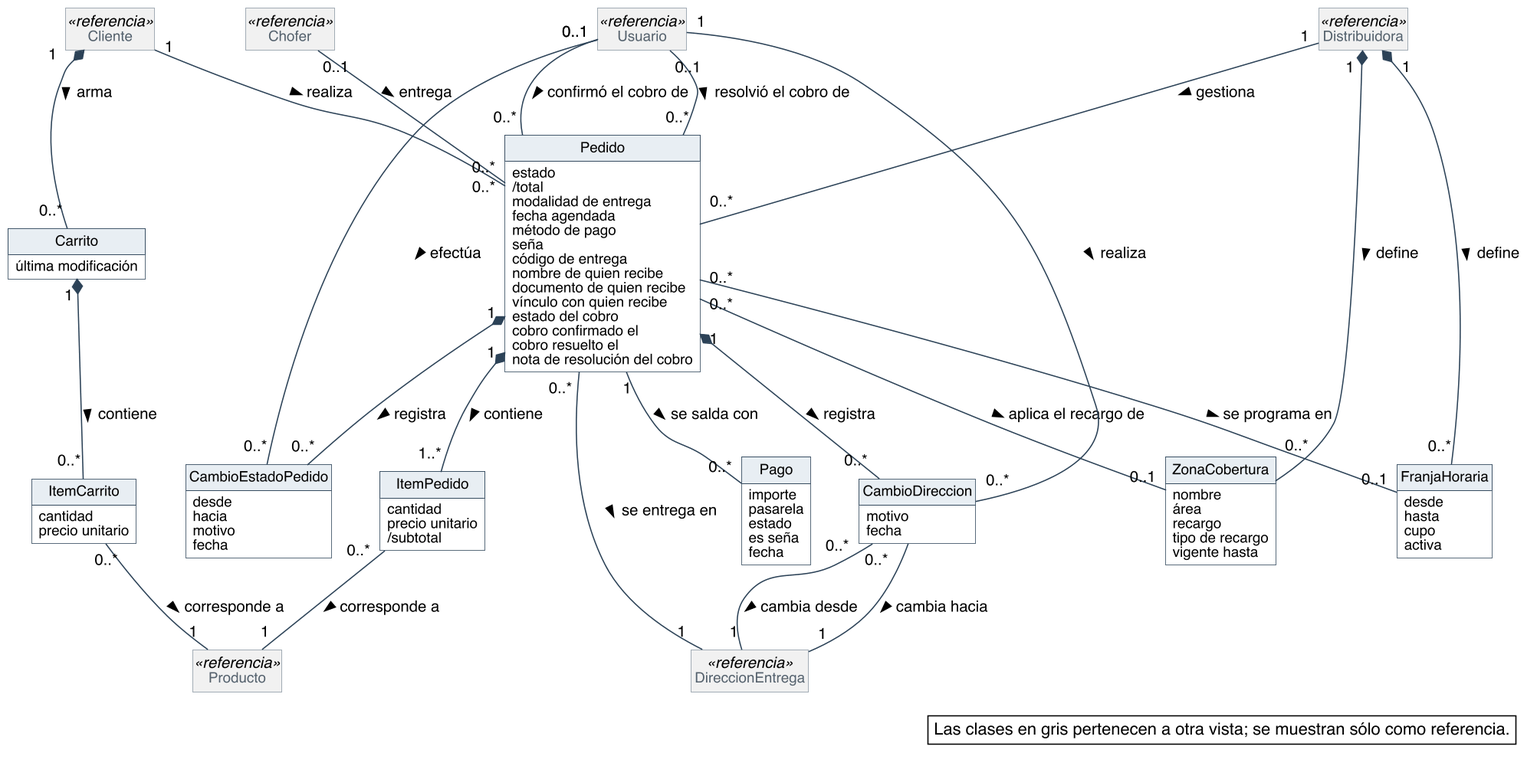
Earlier version of the PlantUML export diagramas/modelo-conceptual/MC_Pedidos.png (Nahuelito-Dev/splg-docs).
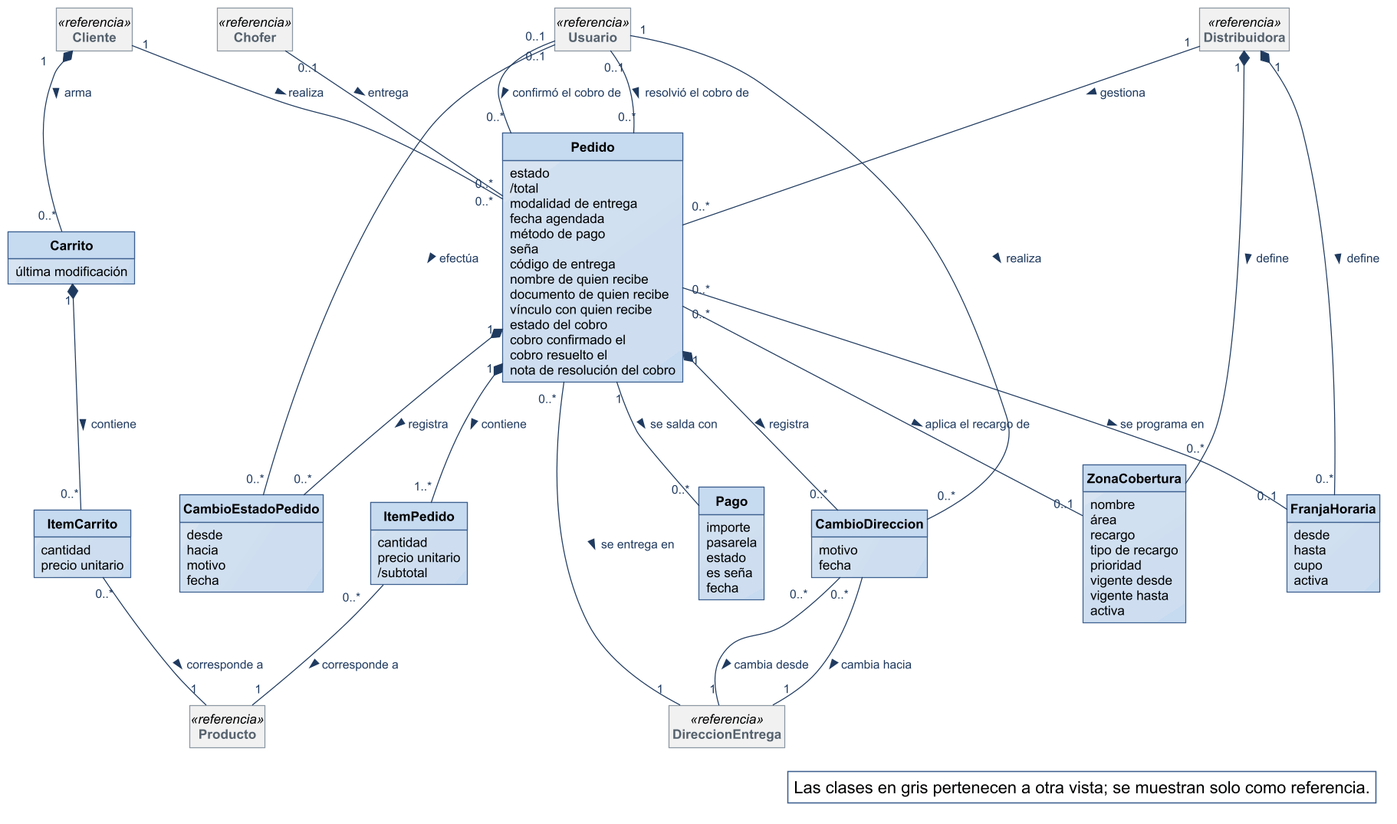
Later version of the same file.

Change to the diagram source:
```diff
@@ -1,36 +1,13 @@
 @startuml
-skinparam backgroundColor #FFFFFF
-skinparam shadowing false
-skinparam defaultFontName Helvetica
-skinparam defaultFontSize 13
-skinparam dpi 150
+!include ../estilo-vp.iuml
 skinparam nodesep 40
 skinparam ranksep 55
-skinparam classAttributeIconSize 0
-skinparam roundCorner 0
-skinparam class {
-  BorderColor #2C4257
-  BackgroundColor #FFFFFF
-  ArrowColor #2C4257
-  FontSize 14
-  AttributeFontSize 12
-  HeaderBackgroundColor #E8EEF3
-}
 skinparam class<<referencia>> {
   BackgroundColor #F1F1F1
   BorderColor #8A97A3
   FontColor #55616C
 }
-skinparam note {
-  BackgroundColor #FFFFFF
-  BorderColor #2C4257
-}
 skinparam packageStyle rectangle
-skinparam package {
-  BorderColor #8A97A3
-  FontSize 13
-  FontColor #55616C
-}
 hide circle
 hide methods
 hide empty members
@@ -78,7 +55,10 @@
   área
   recargo
   tipo de recargo
+  prioridad
+  vigente desde
   vigente hasta
+  activa
 }
 class FranjaHoraria {
   desde
@@ -125,6 +105,6 @@
 Pedido "1" -- "0..*" Pago : se salda con >
 
 legend bottom right
-  Las clases en gris pertenecen a otra vista; se muestran sólo como referencia.
+  Las clases en gris pertenecen a otra vista; se muestran solo como referencia.
 endlegend
 @enduml
```
